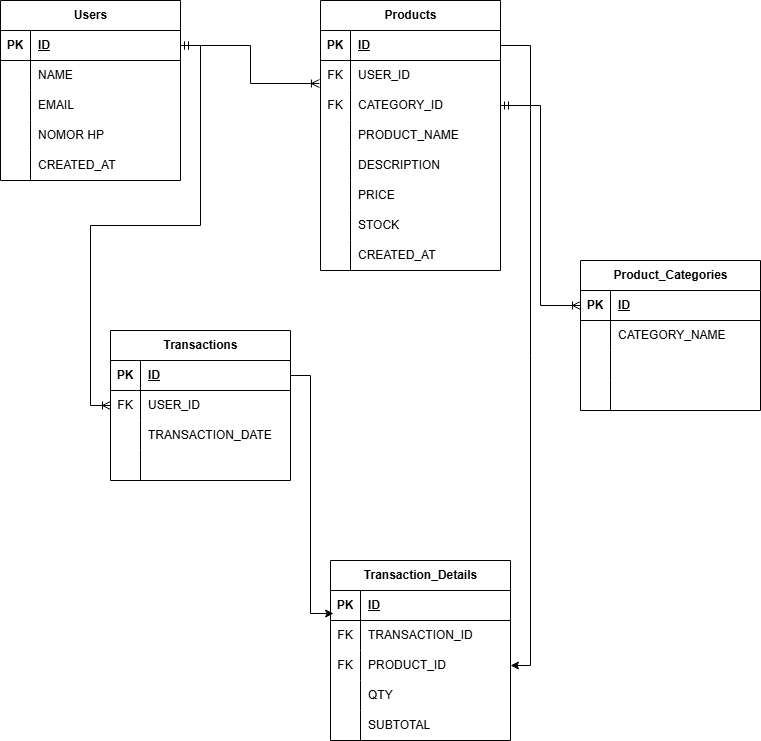
Earlier version of the draw.io export erd.png (maman1000/mini-project-sql). Source tidied: cells renumbered, new cells last; positions are measured from the earlier drawing's top-left corner, leaving out a move shared by most shapes.
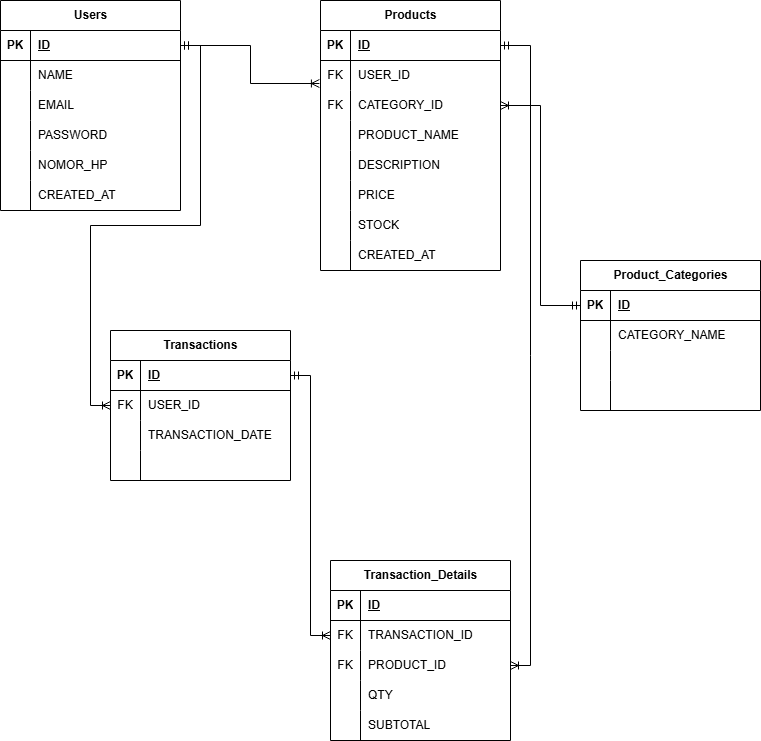
After the change.

Commit message:
Perbaikan erd

Diff of the diagram source:
```diff
@@ -3,7 +3,7 @@
     <mxCell id="0" />
     <mxCell id="1" parent="0" />
     <mxCell id="2" value="Users" style="shape=table;startSize=30;rowLines=0;fontStyle=1;align=center;html=1;" parent="1" vertex="1">
-      <mxGeometry width="180" height="180" as="geometry" />
+      <mxGeometry width="180" height="210" as="geometry" />
     </mxCell>
     <mxCell id="3" style="shape=tableRow;horizontal=0;startSize=0;swimlaneHead=0;swimlaneBody=0;fillColor=none;points=[[0,0.5],[1,0.5]];portConstraint=eastwest;top=0;left=0;right=0;bottom=1;" parent="2" vertex="1">
       <mxGeometry y="30" width="180" height="30" as="geometry" />
@@ -38,7 +38,7 @@
     <mxCell id="13" style="shape=partialRectangle;fillColor=none;top=0;left=0;bottom=0;right=0;overflow=hidden;whiteSpace=wrap;html=1;" parent="12" vertex="1">
       <mxGeometry width="30" height="30" as="geometry" />
     </mxCell>
-    <mxCell id="14" value="NOMOR HP" style="shape=partialRectangle;fillColor=none;top=0;left=0;bottom=0;right=0;align=left;spacingLeft=6;overflow=hidden;whiteSpace=wrap;html=1;" parent="12" vertex="1">
+    <mxCell id="14" value="PASSWORD" style="shape=partialRectangle;fillColor=none;top=0;left=0;bottom=0;right=0;align=left;spacingLeft=6;overflow=hidden;whiteSpace=wrap;html=1;" parent="12" vertex="1">
       <mxGeometry x="30" width="150" height="30" as="geometry" />
     </mxCell>
     <mxCell id="15" style="shape=tableRow;horizontal=0;startSize=0;swimlaneHead=0;swimlaneBody=0;fillColor=none;top=0;left=0;right=0;bottom=0;" parent="2" vertex="1">
@@ -47,9 +47,18 @@
     <mxCell id="16" style="shape=partialRectangle;fillColor=none;top=0;left=0;bottom=0;right=0;overflow=hidden;whiteSpace=wrap;html=1;" parent="15" vertex="1">
       <mxGeometry width="30" height="30" as="geometry" />
     </mxCell>
-    <mxCell id="17" value="CREATED_AT" style="shape=partialRectangle;fillColor=none;top=0;left=0;bottom=0;right=0;align=left;spacingLeft=6;overflow=hidden;whiteSpace=wrap;html=1;" parent="15" vertex="1">
+    <mxCell id="17" value="NOMOR_HP" style="shape=partialRectangle;fillColor=none;top=0;left=0;bottom=0;right=0;align=left;spacingLeft=6;overflow=hidden;whiteSpace=wrap;html=1;" parent="15" vertex="1">
       <mxGeometry x="30" width="150" height="30" as="geometry" />
     </mxCell>
+    <mxCell id="90" style="shape=tableRow;horizontal=0;startSize=0;swimlaneHead=0;swimlaneBody=0;fillColor=none;top=0;left=0;right=0;bottom=0;" parent="2" vertex="1">
+      <mxGeometry y="180" width="180" height="30" as="geometry" />
+    </mxCell>
+    <mxCell id="91" style="shape=partialRectangle;fillColor=none;top=0;left=0;bottom=0;right=0;overflow=hidden;whiteSpace=wrap;html=1;" parent="90" vertex="1">
+      <mxGeometry width="30" height="30" as="geometry" />
+    </mxCell>
+    <mxCell id="92" value="CREATED_AT" style="shape=partialRectangle;fillColor=none;top=0;left=0;bottom=0;right=0;align=left;spacingLeft=6;overflow=hidden;whiteSpace=wrap;html=1;" parent="90" vertex="1">
+      <mxGeometry x="30" width="150" height="30" as="geometry" />
+    </mxCell>
     <mxCell id="18" value="Products" style="shape=table;startSize=30;rowLines=0;fontStyle=1;align=center;html=1;" parent="1" vertex="1">
       <mxGeometry x="320" width="180" height="270" as="geometry" />
     </mxCell>
@@ -254,16 +263,16 @@
     <mxCell id="85" value="SUBTOTAL" style="shape=partialRectangle;fillColor=none;top=0;left=0;bottom=0;right=0;align=left;spacingLeft=6;overflow=hidden;whiteSpace=wrap;html=1;" parent="83" vertex="1">
       <mxGeometry x="30" width="150" height="30" as="geometry" />
     </mxCell>
-    <mxCell id="86" style="edgeStyle=orthogonalEdgeStyle;rounded=0;jettySize=auto;html=1;exitX=1;exitY=0.5;exitDx=0;exitDy=0;entryX=0;entryY=0.5;entryDx=0;entryDy=0;startArrow=ERmandOne;startFill=0;endArrow=ERoneToMany;endFill=0;" parent="1" edge="1" source="25" target="45">
+    <mxCell id="86" style="edgeStyle=orthogonalEdgeStyle;rounded=0;jettySize=auto;html=1;exitX=1;exitY=0.5;exitDx=0;exitDy=0;entryX=0;entryY=0.5;entryDx=0;entryDy=0;startArrow=ERoneToMany;startFill=0;endArrow=ERmandOne;endFill=0;" parent="1" edge="1" source="25" target="45">
       <mxGeometry relative="1" as="geometry" />
     </mxCell>
     <mxCell id="87" style="edgeStyle=orthogonalEdgeStyle;rounded=0;jettySize=auto;html=1;exitX=1;exitY=0.5;exitDx=0;exitDy=0;entryX=0;entryY=0.5;entryDx=0;entryDy=0;startArrow=ERmandOne;startFill=0;endArrow=ERoneToMany;endFill=0;" parent="1" edge="1" source="3" target="61">
       <mxGeometry relative="1" as="geometry" />
     </mxCell>
-    <mxCell id="88" style="edgeStyle=orthogonalEdgeStyle;rounded=0;jettySize=auto;html=1;exitX=1;exitY=0.5;exitDx=0;exitDy=0;entryX=0.017;entryY=0.767;entryDx=0;entryDy=0;entryPerimeter=0;" parent="1" edge="1" source="58" target="71">
+    <mxCell id="88" style="edgeStyle=orthogonalEdgeStyle;rounded=0;jettySize=auto;html=1;exitX=1;exitY=0.5;exitDx=0;exitDy=0;entryX=0;entryY=0.5;entryDx=0;entryDy=0;startArrow=ERmandOne;startFill=0;endArrow=ERoneToMany;endFill=0;" parent="1" edge="1" source="58" target="74">
       <mxGeometry relative="1" as="geometry" />
     </mxCell>
-    <mxCell id="89" style="edgeStyle=orthogonalEdgeStyle;rounded=0;jettySize=auto;html=1;exitX=1;exitY=0.5;exitDx=0;exitDy=0;entryX=1;entryY=0.5;entryDx=0;entryDy=0;" parent="1" edge="1" source="19" target="77">
+    <mxCell id="89" style="edgeStyle=orthogonalEdgeStyle;rounded=0;jettySize=auto;html=1;exitX=1;exitY=0.5;exitDx=0;exitDy=0;entryX=1;entryY=0.5;entryDx=0;entryDy=0;startArrow=ERmandOne;startFill=0;endArrow=ERoneToMany;endFill=0;" parent="1" edge="1" source="19" target="77">
       <mxGeometry relative="1" as="geometry" />
     </mxCell>
   </root>
```
